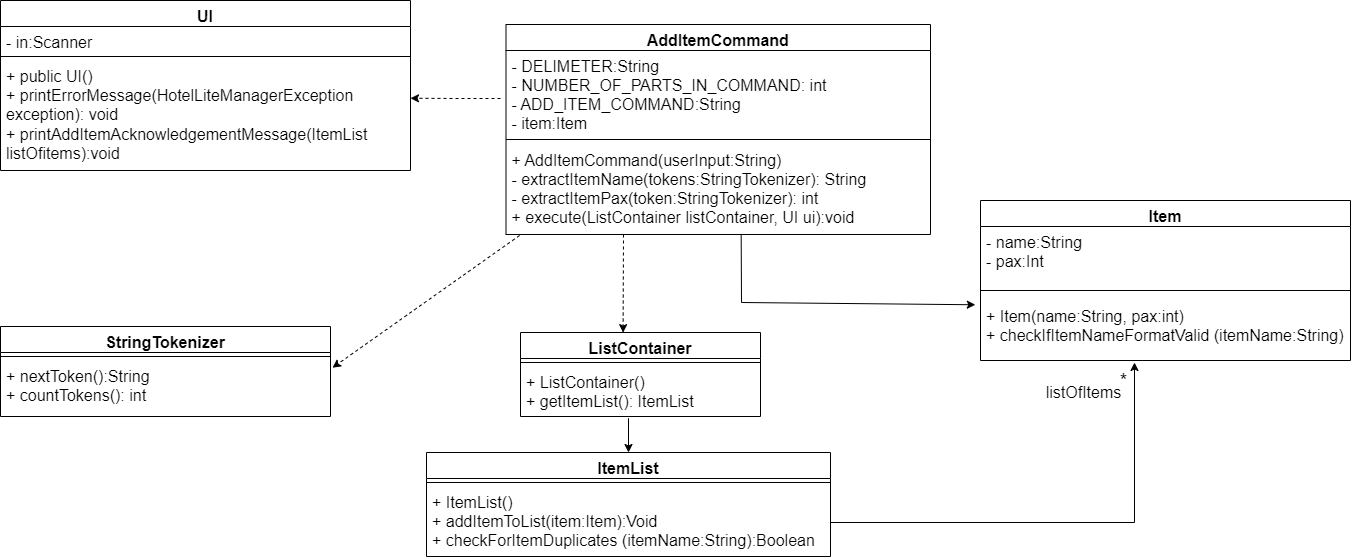
Above: docs/team/SiewYangZhi_addItemCommand/AddItemCommandClassDiagram.png in nus-cs2113-AY2122S2/tp (draw.io), before the change. Source tidied: cells renumbered, new cells last; positions are measured from the earlier drawing's top-left corner, leaving out a move shared by most shapes.
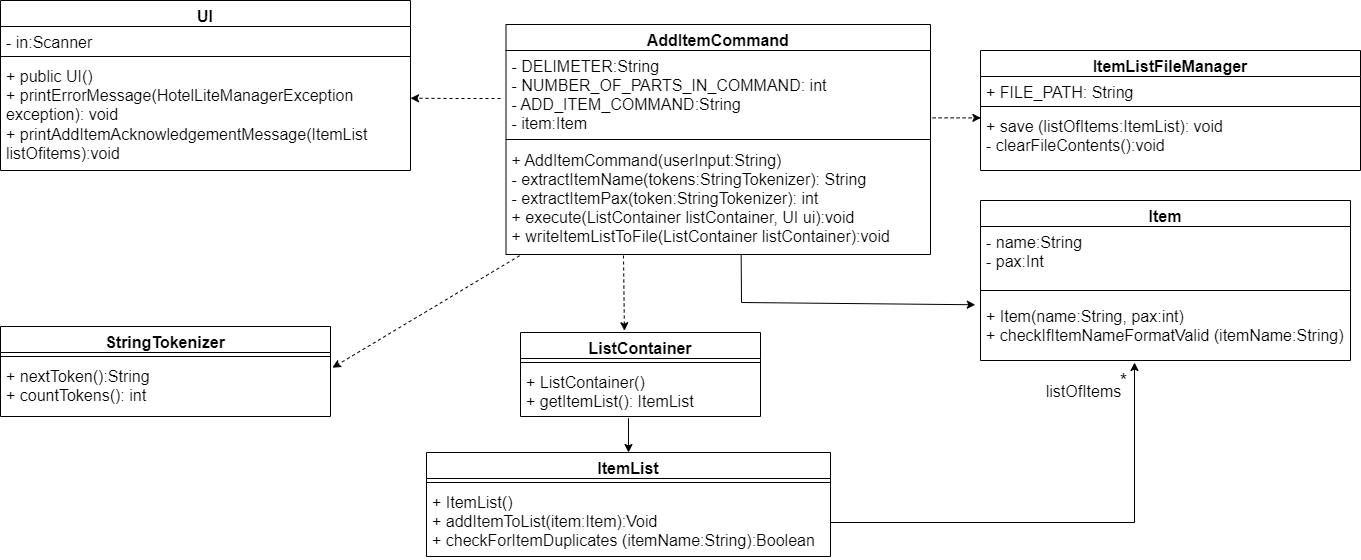
The same file after the commit.

Commit message:
Update the add item explanation, sequence and class diagram for the DG

The edit, as a diff of the source:
```diff
@@ -70,7 +70,7 @@
       </mxGeometry>
     </mxCell>
     <mxCell id="19" value="AddItemCommand" style="swimlane;fontStyle=1;align=center;verticalAlign=top;horizontal=1;startSize=26;fontSize=16;" parent="1" vertex="1">
-      <mxGeometry x="505.5" y="24" width="424.5" height="210" as="geometry" />
+      <mxGeometry x="505.5" y="24" width="424.5" height="230" as="geometry" />
     </mxCell>
     <mxCell id="20" value="- DELIMETER:String&#10;- NUMBER_OF_PARTS_IN_COMMAND: int&#10;- ADD_ITEM_COMMAND:String&#10;- item:Item&#10;" style="text;strokeColor=none;fillColor=none;align=left;verticalAlign=top;spacingLeft=4;spacingRight=4;overflow=hidden;points=[[0,0.5],[1,0.5]];portConstraint=eastwest;fontSize=16;" parent="19" vertex="1">
       <mxGeometry y="26" width="424.5" height="84" as="geometry" />
@@ -78,8 +78,8 @@
     <mxCell id="21" style="line;strokeWidth=1;fillColor=none;align=left;verticalAlign=middle;spacingTop=-1;spacingLeft=3;spacingRight=3;labelPosition=right;fontSize=16;" parent="19" vertex="1">
       <mxGeometry y="110" width="424.5" height="10" as="geometry" />
     </mxCell>
-    <mxCell id="22" value="+ AddItemCommand(userInput:String)&#10;- extractItemName(tokens:StringTokenizer): String&#10;- extractItemPax(token:StringTokenizer): int&#10;+ execute(ListContainer listContainer, UI ui):void" style="text;strokeColor=none;fillColor=none;align=left;verticalAlign=top;spacingLeft=4;spacingRight=4;overflow=hidden;points=[[0,0.5],[1,0.5]];portConstraint=eastwest;fontSize=16;" parent="19" vertex="1">
-      <mxGeometry y="120" width="424.5" height="90" as="geometry" />
+    <mxCell id="22" value="+ AddItemCommand(userInput:String)&#10;- extractItemName(tokens:StringTokenizer): String&#10;- extractItemPax(token:StringTokenizer): int&#10;+ execute(ListContainer listContainer, UI ui):void&#10;+ writeItemListToFile(ListContainer listContainer):void" style="text;strokeColor=none;fillColor=none;align=left;verticalAlign=top;spacingLeft=4;spacingRight=4;overflow=hidden;points=[[0,0.5],[1,0.5]];portConstraint=eastwest;fontSize=16;" parent="19" vertex="1">
+      <mxGeometry y="120" width="424.5" height="110" as="geometry" />
     </mxCell>
     <mxCell id="23" value="ItemList" style="swimlane;fontStyle=1;align=center;verticalAlign=top;horizontal=1;startSize=26;fontSize=16;" parent="1" vertex="1">
       <mxGeometry x="426" y="452" width="404" height="104" as="geometry" />
@@ -105,10 +105,9 @@
         <mxPoint x="628" y="452" as="targetPoint" />
       </mxGeometry>
     </mxCell>
-    <mxCell id="30" style="endArrow=classic;html=1;rounded=0;fontSize=16;entryX=0.54;entryY=-0.022;entryDx=0;entryDy=0;entryPerimeter=0;dashed=1;" parent="1" edge="1">
+    <mxCell id="30" style="endArrow=classic;html=1;rounded=0;fontSize=16;entryX=0.433;entryY=-0.021;entryDx=0;entryDy=0;entryPerimeter=0;dashed=1;" parent="1" edge="1" target="26">
       <mxGeometry relative="1" as="geometry">
-        <mxPoint x="623" y="234" as="sourcePoint" />
-        <mxPoint x="622.6" y="332.2" as="targetPoint" />
+        <mxPoint x="623" y="255" as="sourcePoint" />
       </mxGeometry>
     </mxCell>
     <mxCell id="31" style="endArrow=classic;html=1;rounded=0;fontSize=16;exitX=0.554;exitY=1.003;exitDx=0;exitDy=0;exitPerimeter=0;entryX=-0.014;entryY=0.071;entryDx=0;entryDy=0;entryPerimeter=0;" parent="1" edge="1" source="22" target="5">
@@ -118,5 +117,20 @@
         </Array>
       </mxGeometry>
     </mxCell>
+    <mxCell id="32" value="ItemListFileManager" style="swimlane;fontStyle=1;align=center;verticalAlign=top;horizontal=1;startSize=26;fontSize=16;" parent="1" vertex="1">
+      <mxGeometry x="980" y="50" width="380" height="120" as="geometry" />
+    </mxCell>
+    <mxCell id="33" value="+ FILE_PATH: String" style="text;strokeColor=none;fillColor=none;align=left;verticalAlign=top;spacingLeft=4;spacingRight=4;overflow=hidden;fontSize=16;" parent="32" vertex="1">
+      <mxGeometry y="26" width="380" height="26" as="geometry" />
+    </mxCell>
+    <mxCell id="34" style="line;strokeWidth=1;fillColor=none;align=left;verticalAlign=middle;spacingTop=-1;spacingLeft=3;spacingRight=3;labelPosition=right;fontSize=16;" parent="32" vertex="1">
+      <mxGeometry y="52" width="380" height="8" as="geometry" />
+    </mxCell>
+    <mxCell id="35" value="+ save (listOfItems:ItemList): void&#10;- clearFileContents():void" style="text;strokeColor=none;fillColor=none;align=left;verticalAlign=top;spacingLeft=4;spacingRight=4;overflow=hidden;points=[[0,0.5],[1,0.5]];portConstraint=eastwest;fontSize=16;" parent="32" vertex="1">
+      <mxGeometry y="60" width="380" height="60" as="geometry" />
+    </mxCell>
+    <mxCell id="36" style="endArrow=classic;html=1;rounded=0;fontSize=16;entryX=0.001;entryY=0.123;entryDx=0;entryDy=0;dashed=1;exitX=1.005;exitY=0.802;exitDx=0;exitDy=0;exitPerimeter=0;entryPerimeter=0;" parent="1" edge="1" source="20" target="35">
+      <mxGeometry relative="1" as="geometry" />
+    </mxCell>
   </root>
 </mxGraphModel>
```
